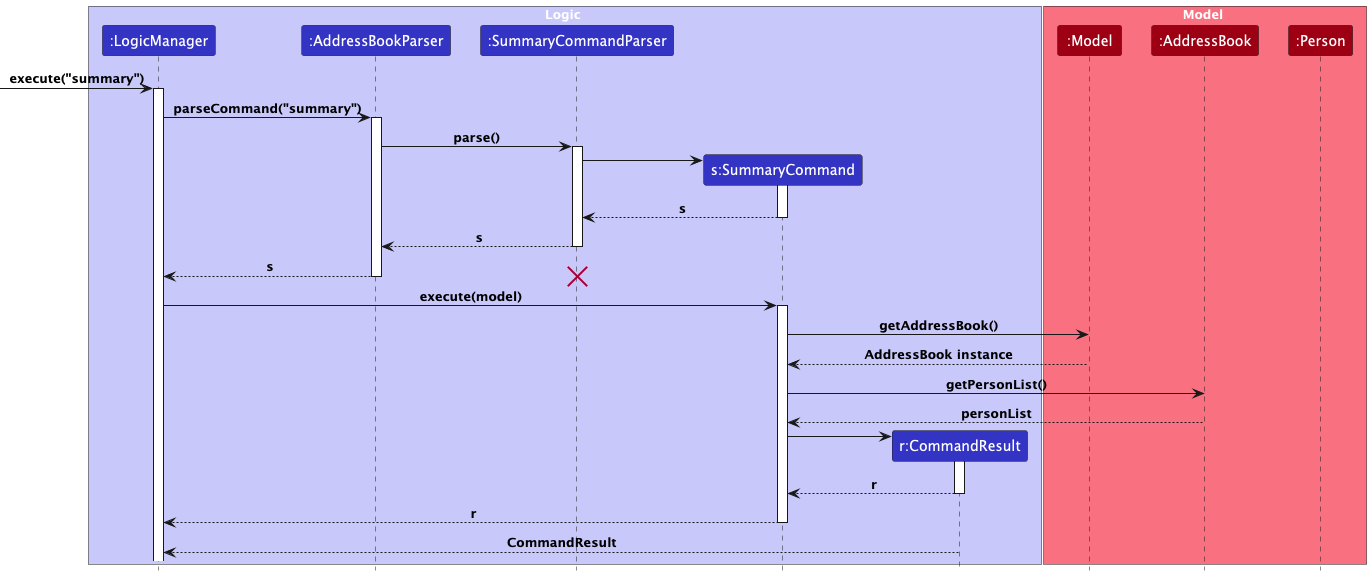
Earlier version of the PlantUML export docs/images/SummaryCommandSequenceDiagram.png (nus-cs2103-AY2425S1/tp).
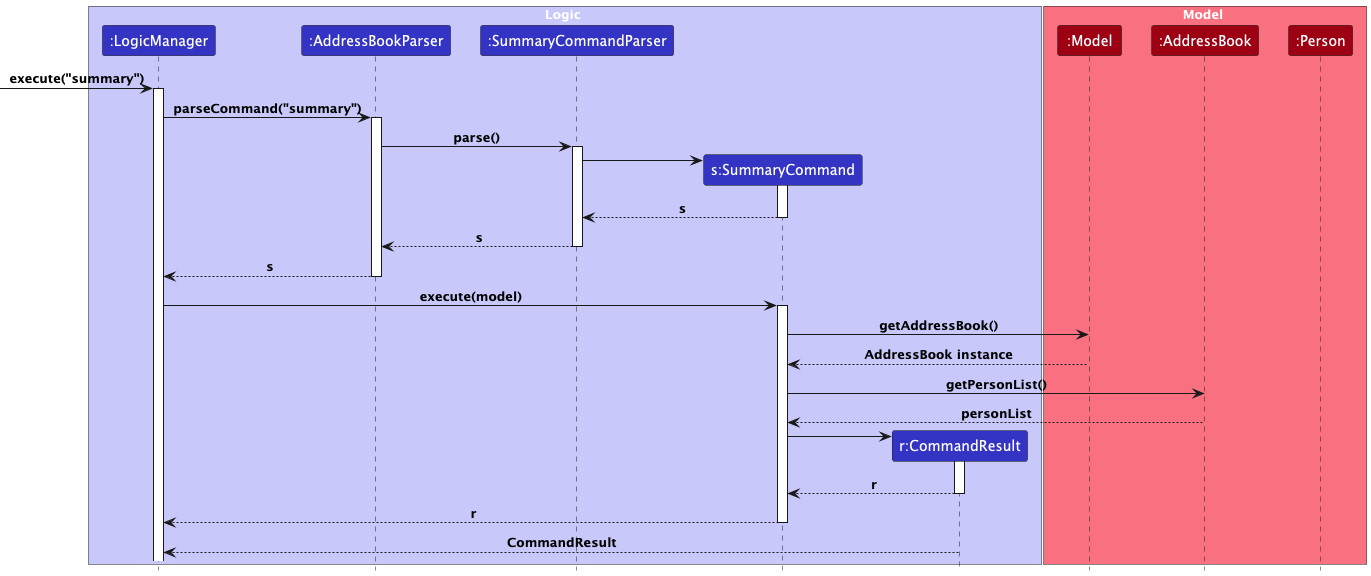
The same file after the commit.

The edit, as a diff of the source:
```diff
@@ -25,7 +25,6 @@
 return s
 return s
 return s
-destroy SCP
 LM -> SC ++ : execute(model)
 SC -> Model : getAddressBook()
 Model --> SC : AddressBook instance
```
